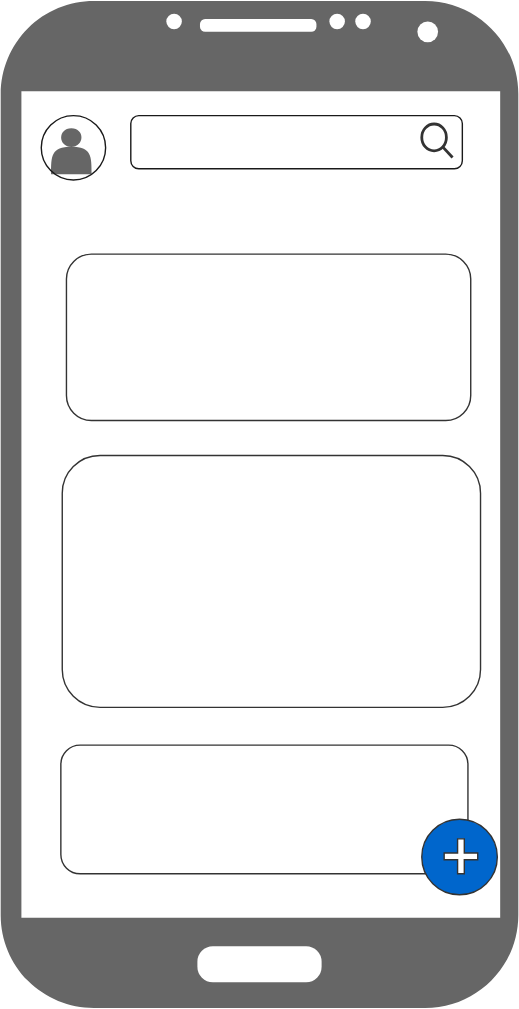
Above: readmeAssets/storyBoard1.drawio.svg in pranavm7/UniConnect (draw.io), before the change. Source tidied: cells renumbered, new cells last; positions are measured from the earlier drawing's top-left corner, leaving out a move shared by most shapes. Its diagram source:
```xml
<mxGraphModel>
  <root>
    <mxCell id="0" />
    <mxCell id="1" parent="0" />
    <mxCell id="2" style="verticalLabelPosition=bottom;verticalAlign=top;html=1;shadow=0;dashed=0;strokeWidth=1;shape=mxgraph.android.phone2;strokeColor=none;fillColor=#666666;" parent="1" vertex="1">
      <mxGeometry width="370" height="720" as="geometry" />
    </mxCell>
    <mxCell id="3" style="shape=actor;whiteSpace=wrap;html=1;strokeColor=none;fillColor=#666666;" parent="1" vertex="1">
      <mxGeometry x="36" y="91" width="29" height="33" as="geometry" />
    </mxCell>
    <mxCell id="4" style="ellipse;whiteSpace=wrap;html=1;strokeColor=#1A1A1A;fillColor=none;" parent="1" vertex="1">
      <mxGeometry x="29" y="82" width="46" height="46" as="geometry" />
    </mxCell>
    <mxCell id="5" style="rounded=1;whiteSpace=wrap;html=1;strokeColor=#1A1A1A;fillColor=none;" parent="1" vertex="1">
      <mxGeometry x="93" y="82" width="237" height="38" as="geometry" />
    </mxCell>
    <mxCell id="6" style="html=1;verticalLabelPosition=bottom;align=center;labelBackgroundColor=#ffffff;verticalAlign=top;strokeWidth=2;strokeColor=#333333;shadow=0;dashed=0;shape=mxgraph.ios7.icons.looking_glass;fillColor=none;" parent="1" vertex="1">
      <mxGeometry x="301" y="88" width="22" height="24" as="geometry" />
    </mxCell>
    <mxCell id="7" style="rounded=1;whiteSpace=wrap;html=1;strokeColor=#333333;fillColor=none;" parent="1" vertex="1">
      <mxGeometry x="47" y="181" width="289" height="119" as="geometry" />
    </mxCell>
    <mxCell id="8" style="rounded=1;whiteSpace=wrap;html=1;strokeColor=#333333;fillColor=none;" parent="1" vertex="1">
      <mxGeometry x="44" y="325" width="299" height="180" as="geometry" />
    </mxCell>
    <mxCell id="9" style="rounded=1;whiteSpace=wrap;html=1;strokeColor=#333333;fillColor=none;" parent="1" vertex="1">
      <mxGeometry x="43" y="532" width="291" height="92" as="geometry" />
    </mxCell>
    <mxCell id="10" style="ellipse;whiteSpace=wrap;html=1;strokeColor=#333333;fillColor=#0066CC;" parent="1" vertex="1">
      <mxGeometry x="301" y="585" width="54" height="54" as="geometry" />
    </mxCell>
    <mxCell id="11" style="shape=cross;whiteSpace=wrap;html=1;strokeColor=#333333;fillColor=#FFFFFF;" parent="1" vertex="1">
      <mxGeometry x="317" y="599" width="24" height="25" as="geometry" />
    </mxCell>
  </root>
</mxGraphModel>
```
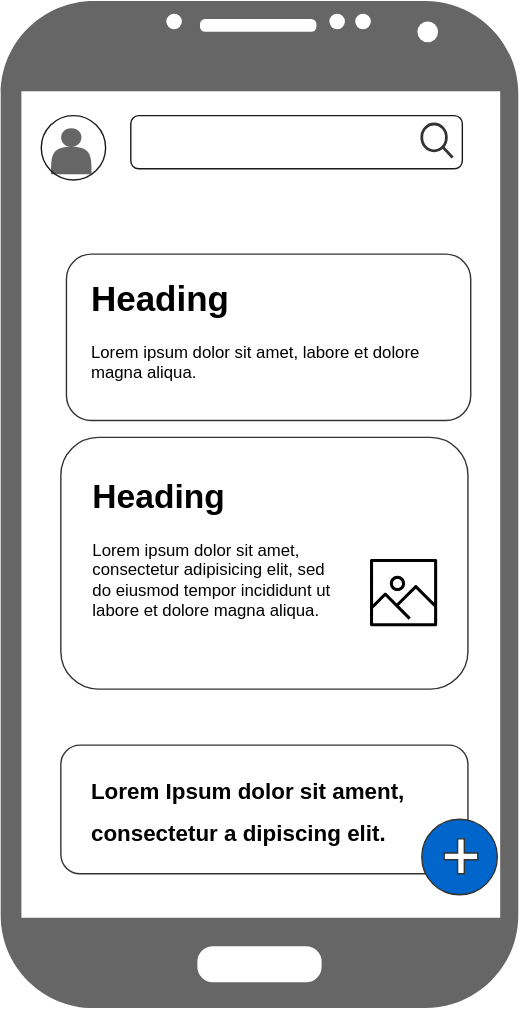
Later version of the same file.

Change to the diagram source:
```diff
@@ -21,7 +21,7 @@
       <mxGeometry x="47" y="181" width="289" height="119" as="geometry" />
     </mxCell>
     <mxCell id="8" style="rounded=1;whiteSpace=wrap;html=1;strokeColor=#333333;fillColor=none;" parent="1" vertex="1">
-      <mxGeometry x="44" y="325" width="299" height="180" as="geometry" />
+      <mxGeometry x="43" y="312" width="291" height="180" as="geometry" />
     </mxCell>
     <mxCell id="9" style="rounded=1;whiteSpace=wrap;html=1;strokeColor=#333333;fillColor=none;" parent="1" vertex="1">
       <mxGeometry x="43" y="532" width="291" height="92" as="geometry" />
@@ -32,5 +32,17 @@
     <mxCell id="11" style="shape=cross;whiteSpace=wrap;html=1;strokeColor=#333333;fillColor=#FFFFFF;" parent="1" vertex="1">
       <mxGeometry x="317" y="599" width="24" height="25" as="geometry" />
     </mxCell>
+    <mxCell id="12" style="sketch=0;fontColor=#232F3E;gradientColor=none;fillColor=#000000;strokeColor=none;dashed=0;verticalLabelPosition=bottom;verticalAlign=top;align=center;html=1;fontSize=12;fontStyle=0;shape=mxgraph.aws4.container_registry_image;" parent="1" vertex="1">
+      <mxGeometry x="264" y="399" width="48" height="48" as="geometry" />
+    </mxCell>
+    <mxCell id="13" value="&lt;h1&gt;Heading&lt;/h1&gt;&lt;p&gt;Lorem ipsum dolor sit amet, consectetur adipisicing elit, sed do eiusmod tempor incididunt ut labore et dolore magna aliqua.&lt;/p&gt;" style="text;html=1;strokeColor=none;fillColor=none;spacing=5;spacingTop=-20;whiteSpace=wrap;overflow=hidden;rounded=0;" parent="1" vertex="1">
+      <mxGeometry x="61" y="335" width="190" height="120" as="geometry" />
+    </mxCell>
+    <mxCell id="14" value="&lt;h1&gt;&lt;font style=&quot;font-size: 25px&quot;&gt;Heading&lt;/font&gt;&lt;/h1&gt;&lt;p&gt;Lorem ipsum dolor sit amet, labore et dolore magna aliqua.&lt;/p&gt;" style="text;html=1;strokeColor=none;fillColor=none;spacing=5;spacingTop=-20;whiteSpace=wrap;overflow=hidden;rounded=0;" parent="1" vertex="1">
+      <mxGeometry x="60" y="192" width="246" height="120" as="geometry" />
+    </mxCell>
+    <mxCell id="15" value="&lt;p style=&quot;line-height: 0.9&quot;&gt;&lt;/p&gt;&lt;div align=&quot;left&quot;&gt;&lt;b&gt;&lt;font style=&quot;font-size: 16px&quot;&gt;Lorem Ipsum dolor sit ament, consectetur a dipiscing elit.&lt;/font&gt;&lt;/b&gt;&lt;br&gt;&lt;/div&gt;&lt;p&gt;&lt;/p&gt;" style="text;html=1;strokeColor=none;fillColor=none;align=left;verticalAlign=middle;whiteSpace=wrap;rounded=0;fontSize=25;" parent="1" vertex="1">
+      <mxGeometry x="63" y="538" width="255" height="75" as="geometry" />
+    </mxCell>
   </root>
 </mxGraphModel>
```
